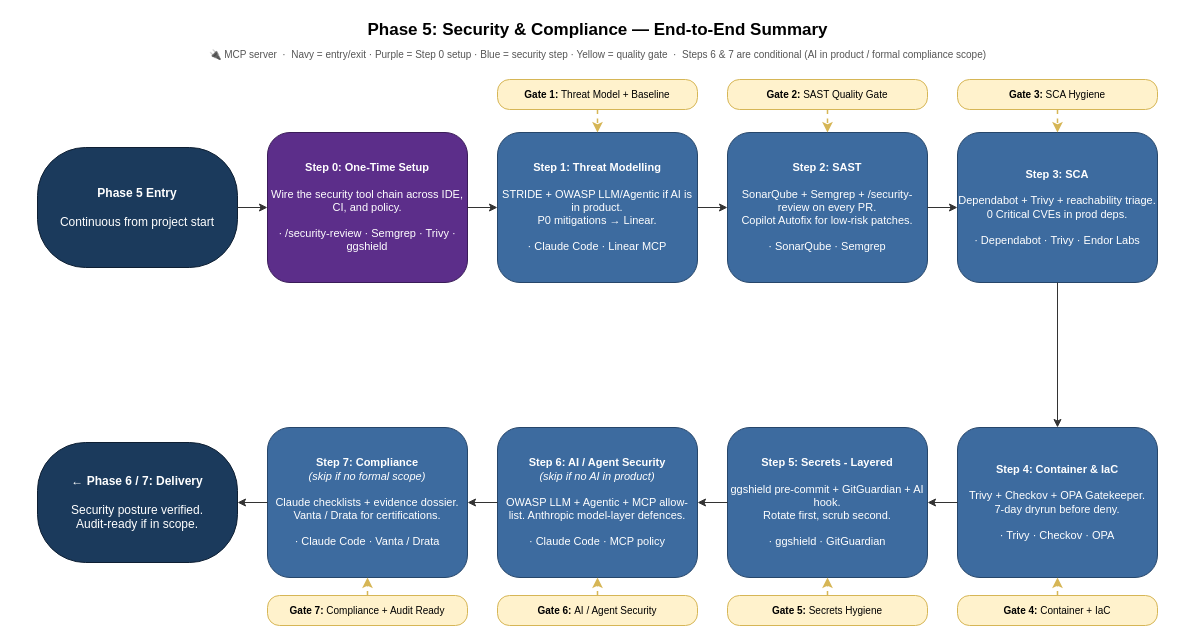
This is aidlc-phases/05-security/FLOWCHART-SUMMARY-horizontal.drawio from kalpat-allion/ai-dlc, a draw.io file, before an edit. Source tidied: cells renumbered, new cells numbered last; positions are measured from the earlier drawing's top-left corner, leaving out a move shared by most shapes. Both pictures are drawn from the tidied source at 100%, with x=0, y=0 at pixel (17, 17).
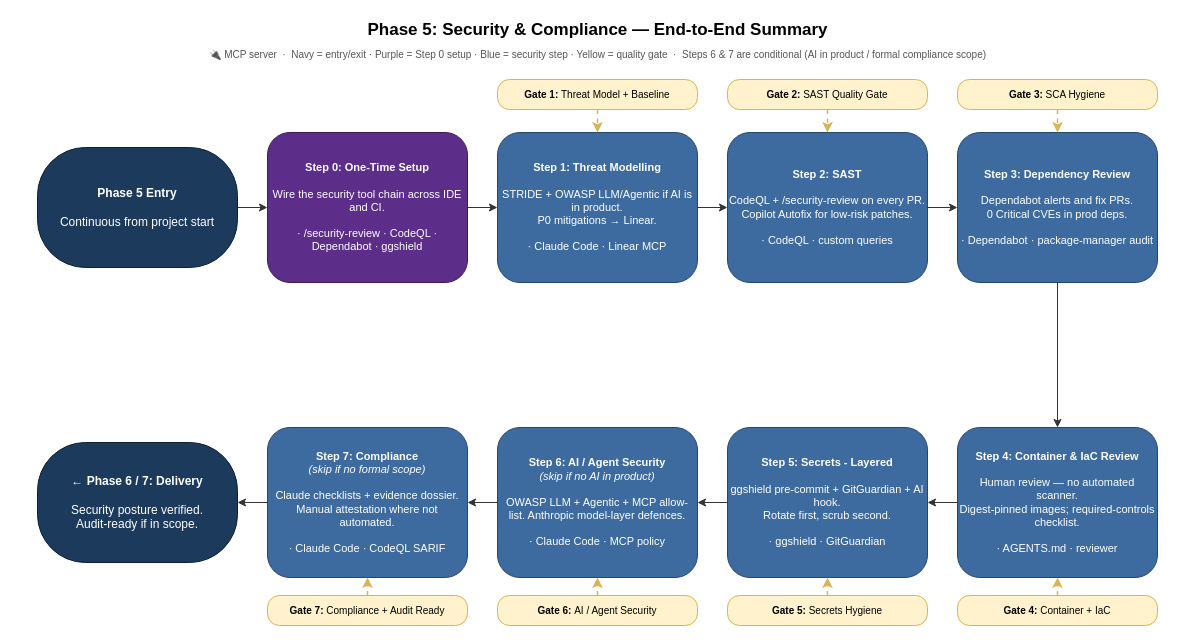
After the change.

Diff of the diagram source:
```diff
@@
-    <mxCell id="8" value="&lt;b&gt;Step 0: One-Time Setup&lt;/b&gt;&lt;br&gt;&lt;br&gt;Wire the security tool chain across IDE, CI, and policy.&lt;br&gt;&lt;br&gt;· /security-review · Semgrep · Trivy · ggshield" style="rounded=1;whiteSpace=wrap;html=1;fillColor=#5C2E8A;fontColor=#FFFFFF;strokeColor=#3A1C58;fontSize=11;" parent="1" vertex="1">
+    <mxCell id="8" value="&lt;b&gt;Step 0: One-Time Setup&lt;/b&gt;&lt;br&gt;&lt;br&gt;Wire the security tool chain across IDE and CI.&lt;br&gt;&lt;br&gt;· /security-review · CodeQL · Dependabot · ggshield" style="rounded=1;whiteSpace=wrap;html=1;fillColor=#5C2E8A;fontColor=#FFFFFF;strokeColor=#3A1C58;fontSize=11;" parent="1" vertex="1">
       <mxGeometry x="250" y="115" width="200" height="150" as="geometry" />
     </mxCell>
@@
-    <mxCell id="10" value="&lt;b&gt;Step 2: SAST&lt;/b&gt;&lt;br&gt;&lt;br&gt;SonarQube + Semgrep + /security-review on every PR.&lt;br&gt;Copilot Autofix for low-risk patches.&lt;br&gt;&lt;br&gt;· SonarQube · Semgrep" style="rounded=1;whiteSpace=wrap;html=1;fillColor=#3D6B9F;fontColor=#FFFFFF;strokeColor=#26466A;fontSize=11;" parent="1" vertex="1">
+    <mxCell id="10" value="&lt;b&gt;Step 2: SAST&lt;/b&gt;&lt;br&gt;&lt;br&gt;CodeQL + /security-review on every PR.&lt;br&gt;Copilot Autofix for low-risk patches.&lt;br&gt;&lt;br&gt;· CodeQL · custom queries" style="rounded=1;whiteSpace=wrap;html=1;fillColor=#3D6B9F;fontColor=#FFFFFF;strokeColor=#26466A;fontSize=11;" parent="1" vertex="1">
       <mxGeometry x="710" y="115" width="200" height="150" as="geometry" />
     </mxCell>
-    <mxCell id="11" value="&lt;b&gt;Step 3: SCA&lt;/b&gt;&lt;br&gt;&lt;br&gt;Dependabot + Trivy + reachability triage.&lt;br&gt;0 Critical CVEs in prod deps.&lt;br&gt;&lt;br&gt;· Dependabot · Trivy · Endor Labs" style="rounded=1;whiteSpace=wrap;html=1;fillColor=#3D6B9F;fontColor=#FFFFFF;strokeColor=#26466A;fontSize=11;" parent="1" vertex="1">
+    <mxCell id="11" value="&lt;b&gt;Step 3: Dependency Review&lt;/b&gt;&lt;br&gt;&lt;br&gt;Dependabot alerts and fix PRs.&lt;br&gt;0 Critical CVEs in prod deps.&lt;br&gt;&lt;br&gt;· Dependabot · package-manager audit" style="rounded=1;whiteSpace=wrap;html=1;fillColor=#3D6B9F;fontColor=#FFFFFF;strokeColor=#26466A;fontSize=11;" parent="1" vertex="1">
       <mxGeometry x="940" y="115" width="200" height="150" as="geometry" />
     </mxCell>
-    <mxCell id="12" value="&lt;b&gt;Step 4: Container &amp;amp; IaC&lt;/b&gt;&lt;br&gt;&lt;br&gt;Trivy + Checkov + OPA Gatekeeper.&lt;br&gt;7-day dryrun before deny.&lt;br&gt;&lt;br&gt;· Trivy · Checkov · OPA" style="rounded=1;whiteSpace=wrap;html=1;fillColor=#3D6B9F;fontColor=#FFFFFF;strokeColor=#26466A;fontSize=11;" parent="1" vertex="1">
+    <mxCell id="12" value="&lt;b&gt;Step 4: Container &amp;amp; IaC Review&lt;/b&gt;&lt;br&gt;&lt;br&gt;Human review — no automated scanner.&lt;br&gt;Digest-pinned images; required-controls checklist.&lt;br&gt;&lt;br&gt;· AGENTS.md · reviewer" style="rounded=1;whiteSpace=wrap;html=1;fillColor=#3D6B9F;fontColor=#FFFFFF;strokeColor=#26466A;fontSize=11;" parent="1" vertex="1">
       <mxGeometry x="940" y="410" width="200" height="150" as="geometry" />
     </mxCell>
@@
-    <mxCell id="15" value="&lt;b&gt;Step 7: Compliance&lt;/b&gt;&lt;br&gt;&lt;i&gt;(skip if no formal scope)&lt;/i&gt;&lt;br&gt;&lt;br&gt;Claude checklists + evidence dossier.&lt;br&gt;Vanta / Drata for certifications.&lt;br&gt;&lt;br&gt;· Claude Code · Vanta / Drata" style="rounded=1;whiteSpace=wrap;html=1;fillColor=#3D6B9F;fontColor=#FFFFFF;strokeColor=#26466A;fontSize=11;" parent="1" vertex="1">
+    <mxCell id="15" value="&lt;b&gt;Step 7: Compliance&lt;/b&gt;&lt;br&gt;&lt;i&gt;(skip if no formal scope)&lt;/i&gt;&lt;br&gt;&lt;br&gt;Claude checklists + evidence dossier.&lt;br&gt;Manual attestation where not automated.&lt;br&gt;&lt;br&gt;· Claude Code · CodeQL SARIF" style="rounded=1;whiteSpace=wrap;html=1;fillColor=#3D6B9F;fontColor=#FFFFFF;strokeColor=#26466A;fontSize=11;" parent="1" vertex="1">
       <mxGeometry x="250" y="410" width="200" height="150" as="geometry" />
     </mxCell>
```
